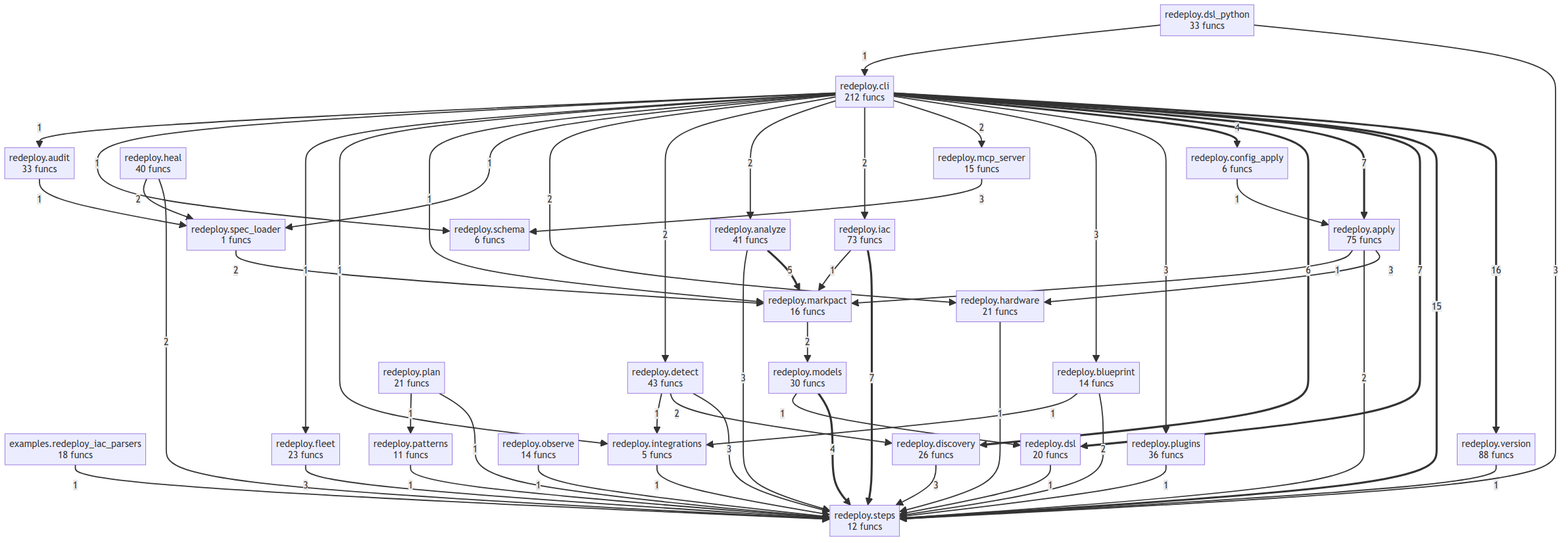
Earlier version of the Mermaid export project/compact_flow.png (semcod/redeploy). Its source is kept beside it as project/compact_flow.mmd.
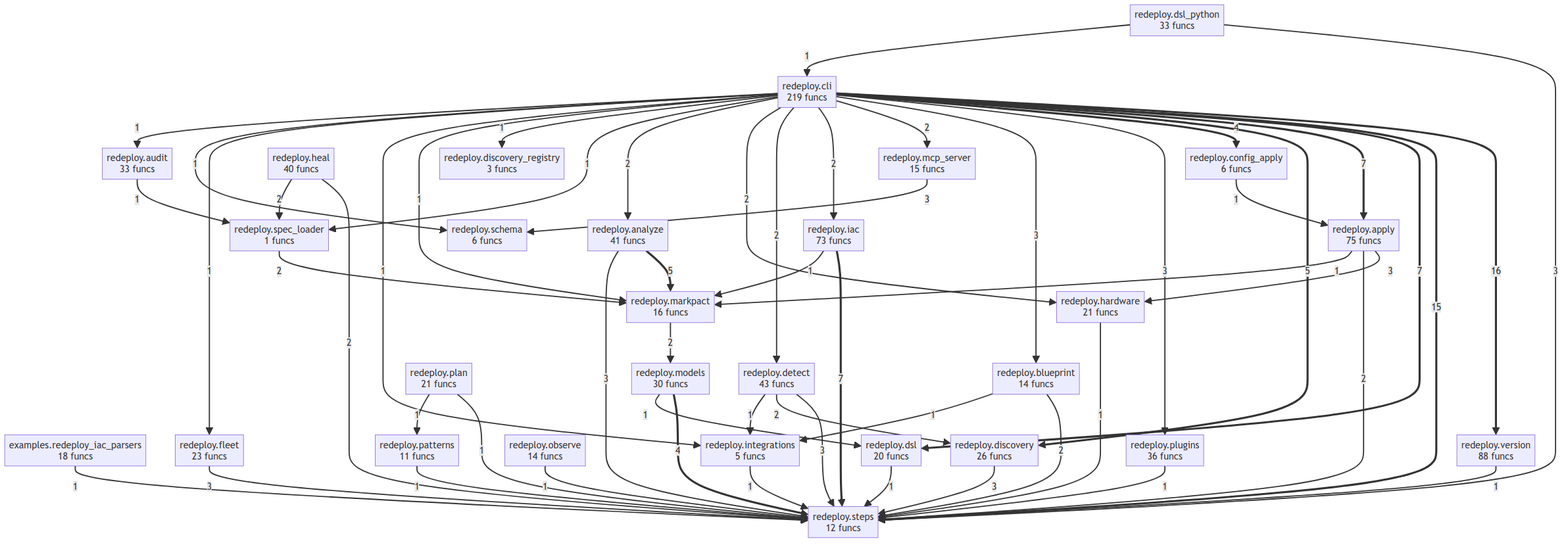
Later version of the same file.

Diff of the diagram source:
```diff
@@ -4,10 +4,11 @@
     redeploy__apply["redeploy.apply<br/>75 funcs"]
     redeploy__audit["redeploy.audit<br/>33 funcs"]
     redeploy__blueprint["redeploy.blueprint<br/>14 funcs"]
-    redeploy__cli["redeploy.cli<br/>212 funcs"]
+    redeploy__cli["redeploy.cli<br/>219 funcs"]
     redeploy__config_apply["redeploy.config_apply<br/>6 funcs"]
     redeploy__detect["redeploy.detect<br/>43 funcs"]
     redeploy__discovery["redeploy.discovery<br/>26 funcs"]
+    redeploy__discovery_registry["redeploy.discovery_registry<br/>3 funcs"]
     redeploy__dsl["redeploy.dsl<br/>20 funcs"]
     redeploy__dsl_python["redeploy.dsl_python<br/>33 funcs"]
     redeploy__fleet["redeploy.fleet<br/>23 funcs"]
@@ -31,42 +32,44 @@
     redeploy__cli ==>|7| redeploy__dsl
     redeploy__cli ==>|7| redeploy__apply
     redeploy__iac ==>|7| redeploy__steps
-    redeploy__cli ==>|6| redeploy__discovery
     redeploy__analyze ==>|5| redeploy__markpact
+    redeploy__cli ==>|5| redeploy__discovery
     redeploy__models ==>|4| redeploy__steps
     redeploy__cli ==>|4| redeploy__config_apply
     redeploy__fleet -->|3| redeploy__steps
-    redeploy__discovery -->|3| redeploy__steps
     redeploy__mcp_server -->|3| redeploy__schema
     redeploy__detect -->|3| redeploy__steps
+    redeploy__analyze -->|3| redeploy__steps
     redeploy__cli -->|3| redeploy__plugins
     redeploy__cli -->|3| redeploy__blueprint
     redeploy__dsl_python -->|3| redeploy__steps
     redeploy__apply -->|3| redeploy__hardware
-    redeploy__analyze -->|3| redeploy__steps
+    redeploy__discovery -->|3| redeploy__steps
     redeploy__heal -->|2| redeploy__steps
     redeploy__heal -->|2| redeploy__spec_loader
     redeploy__spec_loader -->|2| redeploy__markpact
     redeploy__detect -->|2| redeploy__discovery
     redeploy__cli -->|2| redeploy__mcp_server
     redeploy__cli -->|2| redeploy__iac
-    redeploy__cli -->|2| redeploy__analyze
     redeploy__cli -->|2| redeploy__detect
     redeploy__cli -->|2| redeploy__hardware
     redeploy__markpact -->|2| redeploy__models
     redeploy__apply -->|2| redeploy__steps
     redeploy__blueprint -->|2| redeploy__steps
+    redeploy__cli -->|2| redeploy__analyze
     redeploy__observe -->|1| redeploy__steps
     redeploy__patterns -->|1| redeploy__steps
     redeploy__detect -->|1| redeploy__integrations
     redeploy__config_apply -->|1| redeploy__apply
     redeploy__models -->|1| redeploy__dsl
     redeploy__cli -->|1| redeploy__spec_loader
+    redeploy__cli -->|1| redeploy__discovery_registry
     redeploy__cli -->|1| redeploy__markpact
     redeploy__cli -->|1| redeploy__integrations
     redeploy__cli -->|1| redeploy__fleet
     redeploy__cli -->|1| redeploy__schema
     redeploy__cli -->|1| redeploy__audit
+    redeploy__audit -->|1| redeploy__spec_loader
     redeploy__plugins -->|1| redeploy__steps
     redeploy__dsl_python -->|1| redeploy__cli
     redeploy__hardware -->|1| redeploy__steps
@@ -79,4 +82,3 @@
     redeploy__dsl -->|1| redeploy__steps
     redeploy__iac -->|1| redeploy__markpact
     examples__redeploy_iac_parsers -->|1| redeploy__steps
-    redeploy__audit -->|1| redeploy__spec_loader
```
